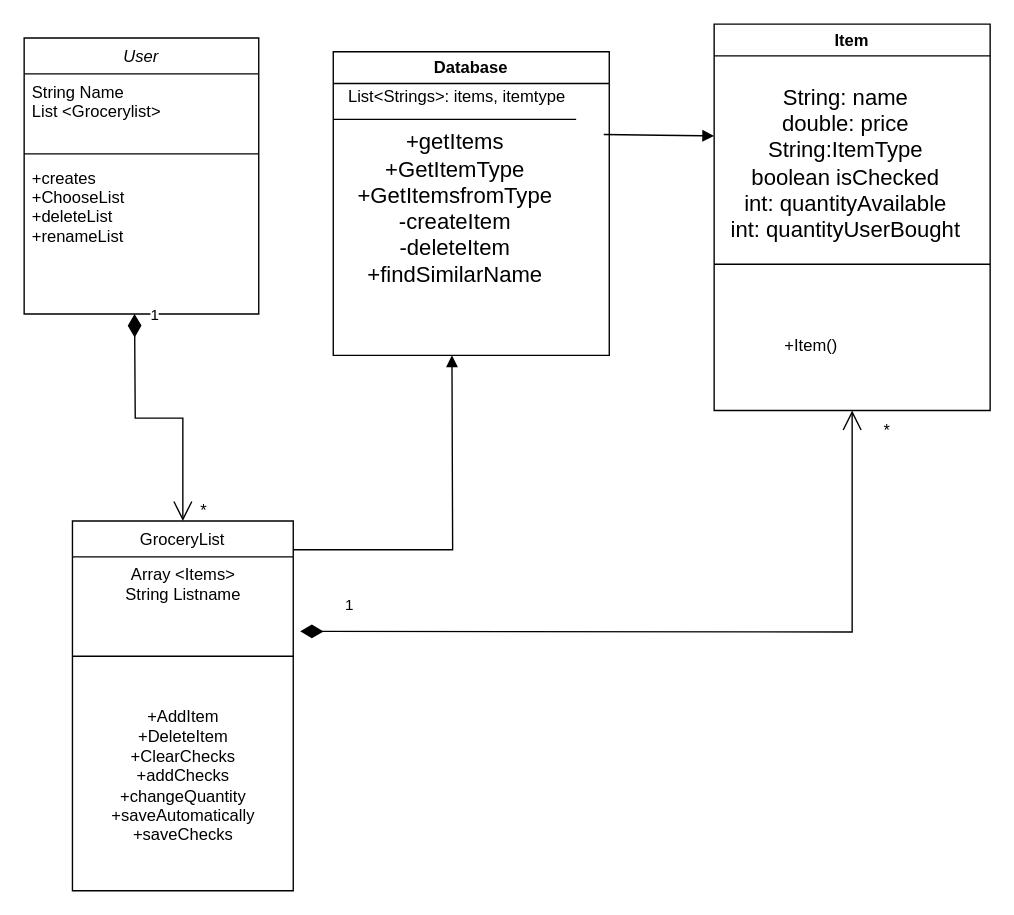
Before: Untitled Diagram.drawio in Zacharymk1213/dumpdrawio, a draw.io diagram. Source tidied: cells renumbered, new cells numbered last; positions are measured from the earlier drawing's top-left corner, leaving out a move shared by most shapes. Both pictures are drawn from the tidied source at 138%, with x=0, y=0 at pixel (23, 23).
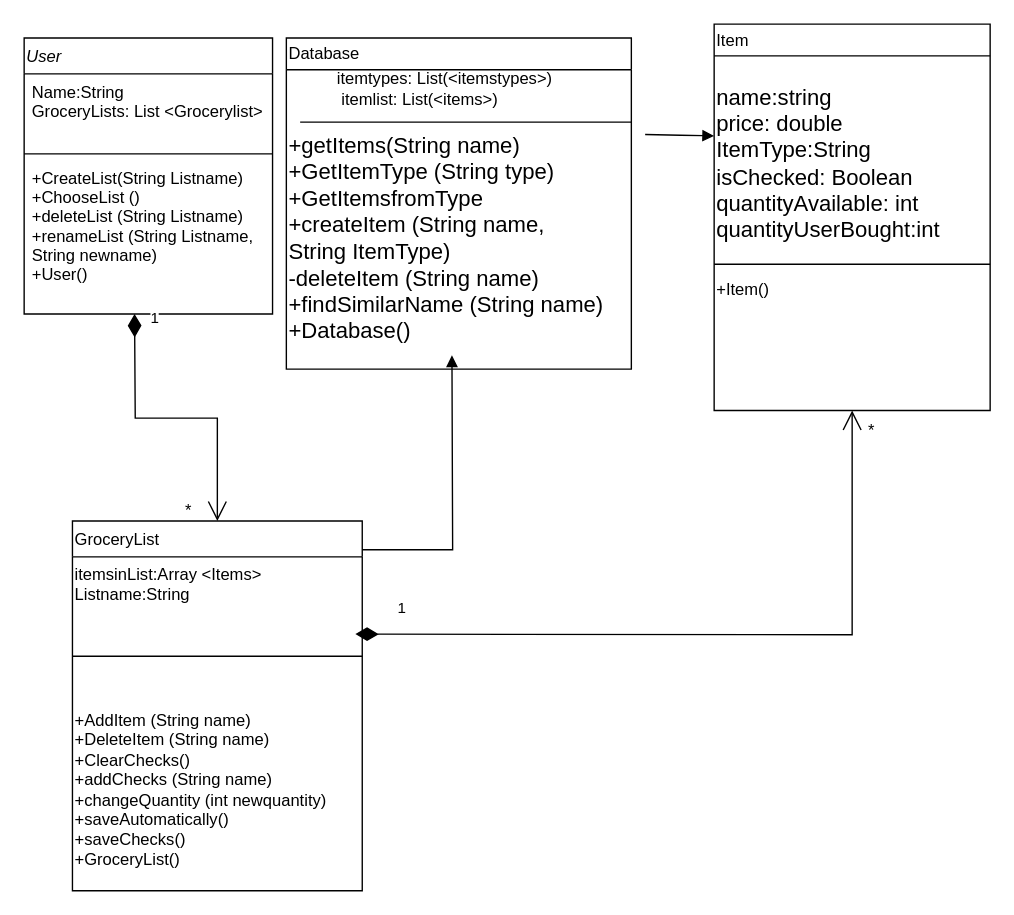
The same diagram, later.

The edit, as a diff of the source:
```diff
@@
-    <mxCell id="2" value="User" style="swimlane;fontStyle=2;align=center;verticalAlign=top;horizontal=1;startSize=26;rounded=0;shadow=0;strokeWidth=1;" parent="1" vertex="1">
-      <mxGeometry y="10" width="170" height="200" as="geometry" />
+    <mxCell id="2" value="User" style="swimlane;fontStyle=2;align=left;verticalAlign=top;horizontal=1;startSize=26;rounded=0;shadow=0;strokeWidth=1;" parent="1" vertex="1">
+      <mxGeometry y="10" width="180" height="200" as="geometry" />
     </mxCell>
-    <mxCell id="3" value="String Name&#10;List &lt;Grocerylist&gt;&#10;" style="text;align=left;verticalAlign=top;spacingLeft=4;spacingRight=4;overflow=hidden;" parent="2" vertex="1">
-      <mxGeometry y="26" width="170" height="54" as="geometry" />
+    <mxCell id="3" value="Name:String&#10;GroceryLists: List &lt;Grocerylist&gt;&#10;" style="text;align=left;verticalAlign=top;spacingLeft=4;spacingRight=4;overflow=hidden;" parent="2" vertex="1">
+      <mxGeometry y="26" width="180" height="54" as="geometry" />
     </mxCell>
     <mxCell id="4" style="line;html=1;strokeWidth=1;align=left;verticalAlign=middle;spacingTop=-1;spacingLeft=3;spacingRight=3;labelPosition=right;" parent="2" vertex="1">
-      <mxGeometry y="80" width="170" height="8" as="geometry" />
+      <mxGeometry y="80" width="180" height="8" as="geometry" />
     </mxCell>
-    <mxCell id="5" value="+creates&#10;+ChooseList&#10;+deleteList&#10;+renameList&#10;&#10;" style="text;align=left;verticalAlign=top;spacingLeft=4;spacingRight=4;overflow=hidden;" parent="2" vertex="1">
-      <mxGeometry y="88" width="170" height="90" as="geometry" />
+    <mxCell id="5" value="+CreateList(String Listname)&#10;+ChooseList ()&#10;+deleteList (String Listname)&#10;+renameList (String Listname, &#10;String newname)&#10;+User()&#10;&#10;" style="text;align=left;verticalAlign=top;spacingLeft=4;spacingRight=4;overflow=hidden;" parent="2" vertex="1">
+      <mxGeometry y="88" width="180" height="90" as="geometry" />
     </mxCell>
-    <mxCell id="6" value="GroceryList" style="swimlane;fontStyle=0;align=center;verticalAlign=top;horizontal=1;startSize=26;rounded=0;shadow=0;strokeWidth=1;" parent="1" vertex="1">
-      <mxGeometry x="35" y="360" width="160" height="268" as="geometry" />
+    <mxCell id="6" value="GroceryList" style="swimlane;fontStyle=0;align=left;verticalAlign=top;horizontal=1;startSize=26;rounded=0;shadow=0;strokeWidth=1;" parent="1" vertex="1">
+      <mxGeometry x="35" y="360" width="210" height="268" as="geometry" />
     </mxCell>
-    <mxCell id="7" value="Array &amp;lt;Items&amp;gt;&lt;div&gt;String Listname&lt;/div&gt;" style="text;html=1;align=center;verticalAlign=middle;strokeColor=none;fillColor=none;" parent="6" vertex="1">
-      <mxGeometry y="26" width="160" height="40" as="geometry" />
+    <mxCell id="7" value="itemsinList:Array &amp;lt;Items&amp;gt;&lt;div&gt;Listname:String&lt;/div&gt;" style="text;html=1;align=left;verticalAlign=middle;strokeColor=none;fillColor=none;" parent="6" vertex="1">
+      <mxGeometry y="26" width="210" height="40" as="geometry" />
     </mxCell>
     <mxCell id="8" style="line;html=1;strokeWidth=1;align=left;verticalAlign=middle;spacingTop=-1;spacingLeft=3;spacingRight=3;labelPosition=right;" parent="6" vertex="1">
-      <mxGeometry y="66" width="160" height="64" as="geometry" />
+      <mxGeometry y="66" width="210" height="64" as="geometry" />
     </mxCell>
-    <mxCell id="9" value="+AddItem&lt;div&gt;+DeleteItem&lt;/div&gt;&lt;div&gt;+ClearChecks&lt;/div&gt;&lt;div&gt;+addChecks&lt;/div&gt;&lt;div&gt;+changeQuantity&lt;/div&gt;&lt;div&gt;+saveAutomatically&lt;/div&gt;&lt;div&gt;+saveChecks&lt;/div&gt;" style="text;html=1;align=center;verticalAlign=middle;strokeColor=none;fillColor=none;" parent="6" vertex="1">
-      <mxGeometry y="130" width="160" height="110" as="geometry" />
+    <mxCell id="9" value="+AddItem (String name)&lt;div&gt;+DeleteItem (String name)&lt;/div&gt;&lt;div&gt;+ClearChecks()&lt;/div&gt;&lt;div&gt;+addChecks (String name)&lt;/div&gt;&lt;div&gt;+changeQuantity (int newquantity)&lt;/div&gt;&lt;div&gt;+saveAutomatically()&lt;/div&gt;&lt;div&gt;+saveChecks()&lt;/div&gt;&lt;div&gt;+GroceryList()&lt;/div&gt;" style="text;html=1;align=left;verticalAlign=middle;strokeColor=none;fillColor=none;" parent="6" vertex="1">
+      <mxGeometry y="130" width="210" height="130" as="geometry" />
     </mxCell>
-    <mxCell id="10" style="line;html=1;strokeWidth=1;align=left;verticalAlign=middle;spacingTop=-1;spacingLeft=3;spacingRight=3;labelPosition=right;" parent="1" vertex="1">
-      <mxGeometry x="224" y="60" width="176" height="18" as="geometry" />
-    </mxCell>
-    <mxCell id="11" value="Database" style="swimlane;whiteSpace=wrap;html=1;" parent="1" vertex="1">
-      <mxGeometry x="224" y="20" width="200" height="220" as="geometry" />
+    <mxCell id="11" value="&lt;span style=&quot;font-weight: normal;&quot;&gt;Database&lt;/span&gt;" style="swimlane;whiteSpace=wrap;html=1;align=left;" parent="1" vertex="1">
+      <mxGeometry x="190" y="10" width="250" height="240" as="geometry" />
     </mxCell>
-    <mxCell id="12" value="+getItems&lt;div style=&quot;font-size: 16px;&quot;&gt;+GetItemType&lt;/div&gt;&lt;div style=&quot;font-size: 16px;&quot;&gt;+GetItemsfromType&lt;/div&gt;&lt;div style=&quot;font-size: 16px;&quot;&gt;-createItem&lt;/div&gt;&lt;div style=&quot;font-size: 16px;&quot;&gt;-deleteItem&lt;/div&gt;&lt;div style=&quot;font-size: 16px;&quot;&gt;+findSimilarName&lt;/div&gt;&lt;div style=&quot;font-size: 16px;&quot;&gt;&lt;br style=&quot;font-size: 16px;&quot;&gt;&lt;/div&gt;" style="text;html=1;align=center;verticalAlign=middle;strokeColor=none;fillColor=none;fontSize=16;" parent="11" vertex="1">
-      <mxGeometry x="8" y="48" width="160" height="150" as="geometry" />
+    <mxCell id="12" value="+getItems(String name)&lt;div style=&quot;font-size: 16px;&quot;&gt;+GetItemType (String type)&lt;/div&gt;&lt;div style=&quot;font-size: 16px;&quot;&gt;+GetItemsfromType&lt;/div&gt;&lt;div style=&quot;font-size: 16px;&quot;&gt;+createItem (String name,&amp;nbsp;&lt;/div&gt;&lt;div style=&quot;font-size: 16px;&quot;&gt;String ItemType)&lt;/div&gt;&lt;div style=&quot;font-size: 16px;&quot;&gt;-deleteItem (String name)&lt;/div&gt;&lt;div style=&quot;font-size: 16px;&quot;&gt;+findSimilarName (String name)&lt;/div&gt;&lt;div style=&quot;font-size: 16px;&quot;&gt;+Database()&lt;/div&gt;" style="text;html=1;align=left;verticalAlign=middle;strokeColor=none;fillColor=none;fontSize=16;" parent="11" vertex="1">
+      <mxGeometry y="60" width="250" height="170" as="geometry" />
     </mxCell>
-    <mxCell id="13" value="&lt;span style=&quot;white-space: pre;&quot;&gt;&#9;&lt;/span&gt;List&amp;lt;Strings&amp;gt;: items, itemtype" style="text;html=1;align=center;verticalAlign=middle;strokeColor=none;fillColor=none;" parent="1" vertex="1">
-      <mxGeometry x="195" y="38" width="210" height="30" as="geometry" />
+    <mxCell id="13" value="&lt;span style=&quot;white-space: pre;&quot;&gt;&#9;&lt;/span&gt;&lt;div&gt;itemtypes:&amp;nbsp;&lt;span style=&quot;background-color: initial;&quot;&gt;List(&amp;lt;itemstypes&amp;gt;)&lt;/span&gt;&lt;span style=&quot;background-color: initial;&quot;&gt;&amp;nbsp;&lt;/span&gt;&lt;/div&gt;&lt;div&gt;&amp;nbsp;itemlist:&amp;nbsp;&lt;span style=&quot;background-color: initial;&quot;&gt;List(&amp;lt;items&amp;gt;)&lt;/span&gt;&lt;/div&gt;" style="text;html=1;align=left;verticalAlign=middle;strokeColor=none;fillColor=none;" parent="11" vertex="1">
+      <mxGeometry x="35" width="180" height="60" as="geometry" />
     </mxCell>
+    <mxCell id="10" style="line;html=1;strokeWidth=1;align=left;verticalAlign=middle;spacingTop=-1;spacingLeft=3;spacingRight=3;labelPosition=right;" parent="11" vertex="1">
+      <mxGeometry x="10" y="52" width="240" height="18" as="geometry" />
+    </mxCell>
-    <mxCell id="14" value="Item" style="swimlane;whiteSpace=wrap;html=1;" parent="1" vertex="1">
+    <mxCell id="14" value="&lt;span style=&quot;font-weight: normal;&quot;&gt;Item&lt;/span&gt;" style="swimlane;whiteSpace=wrap;html=1;align=left;" parent="1" vertex="1">
       <mxGeometry x="500" width="200" height="280" as="geometry" />
     </mxCell>
-    <mxCell id="15" value="String: name&lt;div&gt;double: price&lt;/div&gt;&lt;div&gt;String:ItemType&lt;/div&gt;&lt;div&gt;boolean isChecked&lt;/div&gt;&lt;div&gt;int: quantityAvailable&lt;/div&gt;&lt;div&gt;int: quantityUserBought&lt;/div&gt;" style="text;html=1;align=center;verticalAlign=middle;points=[];strokeColor=none;fillColor=none;fontSize=16;" parent="14" vertex="1">
+    <mxCell id="15" value="name:string&lt;div&gt;price: double&lt;/div&gt;&lt;div&gt;ItemType:String&lt;/div&gt;&lt;div&gt;isChecked: Boolean&lt;/div&gt;&lt;div&gt;quantityAvailable: int&lt;/div&gt;&lt;div&gt;quantityUserBought:int&lt;/div&gt;" style="text;html=1;align=left;verticalAlign=middle;points=[];strokeColor=none;fillColor=none;fontSize=16;" parent="14" vertex="1">
       <mxGeometry y="36" width="190" height="130" as="geometry" />
     </mxCell>
@@
+    <mxCell id="23" value="+Item()" style="text;html=1;align=left;verticalAlign=middle;strokeColor=none;fillColor=none;" parent="14" vertex="1">
+      <mxGeometry y="178" width="60" height="30" as="geometry" />
+    </mxCell>
@@
-    <mxCell id="18" value="*" style="text;html=1;align=center;verticalAlign=middle;strokeColor=none;fillColor=none;" parent="1" vertex="1">
+    <mxCell id="18" value="*" style="text;html=1;align=left;verticalAlign=middle;strokeColor=none;fillColor=none;" parent="1" vertex="1">
       <mxGeometry x="115" y="338" width="30" height="30" as="geometry" />
     </mxCell>
     <mxCell id="19" value="1" style="endArrow=open;html=1;endSize=12;startArrow=diamondThin;startSize=14;startFill=1;edgeStyle=orthogonalEdgeStyle;align=left;verticalAlign=bottom;rounded=0;entryX=0.5;entryY=1;entryDx=0;entryDy=0;" parent="1" edge="1" target="14">
       <mxGeometry x="-0.89" y="10" relative="1" as="geometry">
-        <mxPoint x="200" y="440" as="sourcePoint" />
+        <mxPoint x="240" y="442" as="sourcePoint" />
       </mxGeometry>
     </mxCell>
-    <mxCell id="20" value="*" style="text;html=1;align=center;verticalAlign=middle;strokeColor=none;fillColor=none;" parent="1" vertex="1">
+    <mxCell id="20" value="*" style="text;html=1;align=left;verticalAlign=middle;strokeColor=none;fillColor=none;" parent="1" vertex="1">
       <mxGeometry x="610" y="280" width="30" height="30" as="geometry" />
     </mxCell>
@@
     <mxCell id="22" style="endArrow=block;endFill=1;html=1;edgeStyle=orthogonalEdgeStyle;align=left;verticalAlign=top;rounded=0;entryX=0;entryY=0.346;entryDx=0;entryDy=0;entryPerimeter=0;" parent="1" edge="1" target="15">
       <mxGeometry x="-1" relative="1" as="geometry">
-        <mxPoint x="420" y="80" as="sourcePoint" />
+        <mxPoint x="450" y="80" as="sourcePoint" />
       </mxGeometry>
     </mxCell>
-    <mxCell id="23" value="+Item()" style="text;html=1;align=center;verticalAlign=middle;strokeColor=none;fillColor=none;" parent="1" vertex="1">
-      <mxGeometry x="540" y="218" width="60" height="30" as="geometry" />
-    </mxCell>
```
